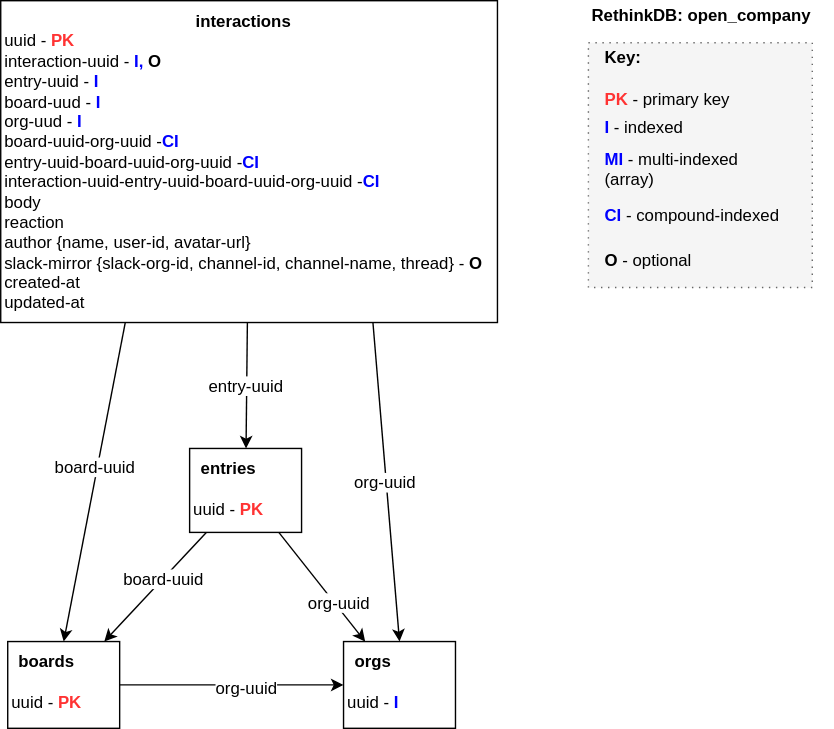
open-company/open-company-interaction keeps this draw.io diagram as docs/Interaction-Schema.svg. Above is the earlier version. Source tidied: cells renumbered, new cells last; positions are measured from the earlier drawing's top-left corner, leaving out a move shared by most shapes.
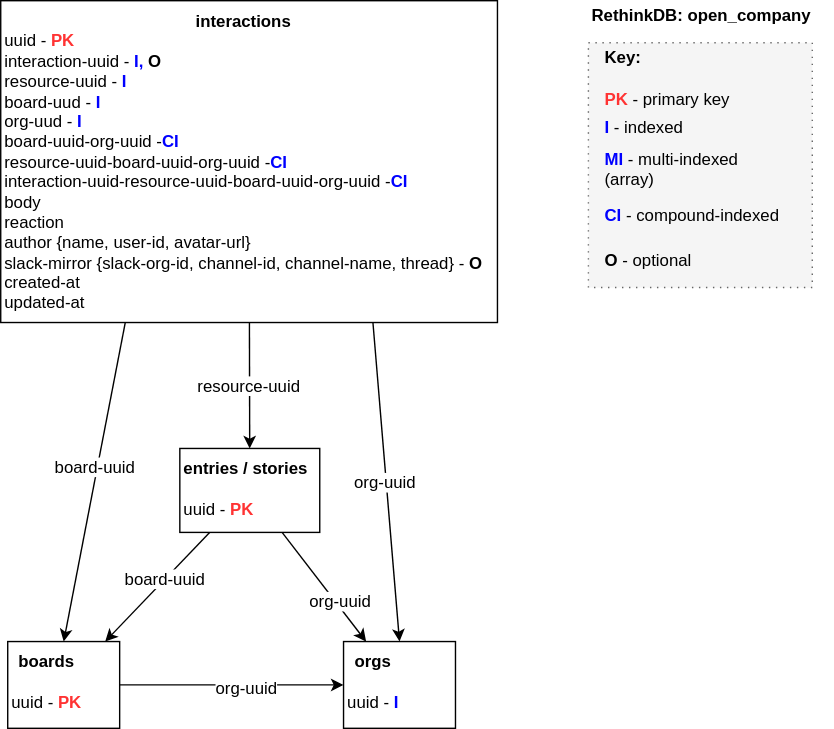
Later version of the same file.

Commit message:
WIP: initial commit on making interactions work for stories. Migration changed retroactively. Work here is likely mostly done but not yet well tested.

Change to the diagram source:
```diff
@@ -37,8 +37,8 @@
     <mxCell id="12" value="&lt;div style=&quot;text-align: left&quot;&gt;&lt;b&gt;RethinkDB: open_company&lt;/b&gt;&lt;/div&gt;" style="text;html=1;strokeColor=none;fillColor=none;align=center;verticalAlign=middle;whiteSpace=wrap;dashed=1;dashPattern=1 4;fontSize=12;fontColor=#000000;" parent="1" vertex="1">
       <mxGeometry x="405" width="190" height="20" as="geometry" />
     </mxCell>
-    <mxCell id="13" value="&lt;div style=&quot;text-align: center&quot;&gt;&lt;font color=&quot;#000000&quot;&gt;&lt;b&gt;entries&lt;/b&gt;&lt;/font&gt;&lt;/div&gt;&lt;div&gt;&lt;br&gt;&lt;/div&gt;&lt;div&gt;&lt;font color=&quot;#000000&quot;&gt;uuid -&amp;nbsp;&lt;/font&gt;&lt;font color=&quot;#ff3333&quot;&gt;&lt;b&gt;PK&lt;/b&gt;&lt;/font&gt;&lt;/div&gt;&lt;div&gt;&lt;br&gt;&lt;/div&gt;" style="whiteSpace=wrap;html=1;fontSize=12;fontColor=#000000;align=left;verticalAlign=top;" parent="1" vertex="1">
-      <mxGeometry x="135" y="320" width="80" height="60" as="geometry" />
+    <mxCell id="13" value="&lt;div style=&quot;text-align: center&quot;&gt;&lt;font color=&quot;#000000&quot;&gt;&lt;b&gt;entries / stories&lt;/b&gt;&lt;/font&gt;&lt;/div&gt;&lt;div&gt;&lt;br&gt;&lt;/div&gt;&lt;div&gt;&lt;font color=&quot;#000000&quot;&gt;uuid -&amp;nbsp;&lt;/font&gt;&lt;font color=&quot;#ff3333&quot;&gt;&lt;b&gt;PK&lt;/b&gt;&lt;/font&gt;&lt;/div&gt;&lt;div&gt;&lt;br&gt;&lt;/div&gt;" style="whiteSpace=wrap;html=1;fontSize=12;fontColor=#000000;align=left;verticalAlign=top;" parent="1" vertex="1">
+      <mxGeometry x="128" y="320" width="100" height="60" as="geometry" />
     </mxCell>
     <mxCell id="14" style="edgeStyle=orthogonalEdgeStyle;rounded=0;html=1;exitX=1;exitY=0.5;entryX=1;entryY=0.5;endArrow=none;endFill=0;jettySize=auto;orthogonalLoop=1;strokeColor=#000000;fontSize=12;fontColor=#000000;" parent="1" edge="1" source="3" target="3">
       <mxGeometry relative="1" as="geometry" />
@@ -60,7 +60,7 @@
     <mxCell id="19" value="&lt;b&gt;&lt;font color=&quot;#0000ff&quot;&gt;CI&lt;/font&gt;&lt;/b&gt;&amp;nbsp;- compound-indexed" style="text;html=1;fontSize=12;fontColor=#000000;" parent="1" vertex="1">
       <mxGeometry x="430" y="140" width="160" height="30" as="geometry" />
     </mxCell>
-    <mxCell id="20" value="&lt;div style=&quot;text-align: center&quot;&gt;&lt;b&gt;interactions&lt;/b&gt;&lt;/div&gt;&lt;div&gt;&lt;font color=&quot;#000000&quot;&gt;uuid -&amp;nbsp;&lt;/font&gt;&lt;font color=&quot;#ff3333&quot;&gt;&lt;b&gt;PK&lt;/b&gt;&lt;/font&gt;&lt;/div&gt;&lt;div&gt;&lt;div&gt;interaction-uuid -&amp;nbsp;&lt;b&gt;&lt;font color=&quot;#0000ff&quot;&gt;I,&amp;nbsp;&lt;/font&gt;&lt;/b&gt;&lt;b&gt;O&lt;/b&gt;&lt;/div&gt;&lt;/div&gt;&lt;div&gt;&lt;span&gt;entry-uuid -&amp;nbsp;&lt;/span&gt;&lt;b&gt;&lt;font color=&quot;#0000ff&quot;&gt;I&lt;/font&gt;&lt;/b&gt;&lt;/div&gt;&lt;div&gt;&lt;font color=&quot;#000000&quot;&gt;board-uud -&amp;nbsp;&lt;/font&gt;&lt;font color=&quot;#0000ff&quot;&gt;&lt;b&gt;I&lt;/b&gt;&lt;/font&gt;&lt;br&gt;&lt;/div&gt;&lt;div&gt;&lt;font color=&quot;#000000&quot;&gt;org-uud -&amp;nbsp;&lt;/font&gt;&lt;font color=&quot;#0000ff&quot;&gt;&lt;b&gt;I&lt;/b&gt;&lt;/font&gt;&lt;br&gt;&lt;/div&gt;&lt;div&gt;&lt;span&gt;board-uuid-org-uuid&amp;nbsp;&lt;/span&gt;&lt;font color=&quot;#000000&quot;&gt;-&lt;/font&gt;&lt;font color=&quot;#0000ff&quot;&gt;&lt;b&gt;CI&lt;/b&gt;&lt;/font&gt;&lt;br&gt;&lt;/div&gt;&lt;div&gt;&lt;span&gt;entry-uuid-board-uuid-org-uuid&amp;nbsp;&lt;/span&gt;&lt;font color=&quot;#000000&quot;&gt;-&lt;/font&gt;&lt;font color=&quot;#0000ff&quot;&gt;&lt;b&gt;CI&lt;/b&gt;&lt;/font&gt;&lt;br&gt;&lt;/div&gt;&lt;div&gt;&lt;span&gt;interaction-uuid-entry-uuid-board-uuid-org-uuid&amp;nbsp;&lt;/span&gt;&lt;font color=&quot;#000000&quot;&gt;-&lt;/font&gt;&lt;font color=&quot;#0000ff&quot;&gt;&lt;b&gt;CI&lt;/b&gt;&lt;/font&gt;&lt;br&gt;&lt;/div&gt;&lt;div&gt;&lt;span&gt;body&lt;/span&gt;&lt;br&gt;&lt;/div&gt;&lt;div&gt;&lt;span&gt;reaction&lt;/span&gt;&lt;/div&gt;&lt;div&gt;&lt;span&gt;author {name, user-id, avatar-url}&lt;/span&gt;&lt;br&gt;&lt;/div&gt;&lt;div&gt;slack-mirror {slack-org-id, channel-id, channel-name, thread} - &lt;b&gt;O&lt;/b&gt;&lt;br&gt;&lt;/div&gt;&lt;div&gt;&lt;span&gt;created-at&lt;/span&gt;&lt;br&gt;&lt;/div&gt;&lt;div&gt;&lt;font color=&quot;#000000&quot;&gt;updated-at&lt;/font&gt;&lt;/div&gt;" style="whiteSpace=wrap;html=1;fontSize=12;fontColor=#000000;align=left;verticalAlign=top;" parent="1" vertex="1">
+    <mxCell id="20" value="&lt;div style=&quot;text-align: center&quot;&gt;&lt;b&gt;interactions&lt;/b&gt;&lt;/div&gt;&lt;div&gt;&lt;font color=&quot;#000000&quot;&gt;uuid -&amp;nbsp;&lt;/font&gt;&lt;font color=&quot;#ff3333&quot;&gt;&lt;b&gt;PK&lt;/b&gt;&lt;/font&gt;&lt;/div&gt;&lt;div&gt;&lt;div&gt;interaction-uuid -&amp;nbsp;&lt;b&gt;&lt;font color=&quot;#0000ff&quot;&gt;I,&amp;nbsp;&lt;/font&gt;&lt;/b&gt;&lt;b&gt;O&lt;/b&gt;&lt;/div&gt;&lt;/div&gt;&lt;div&gt;&lt;span&gt;resource-uuid -&amp;nbsp;&lt;/span&gt;&lt;b&gt;&lt;font color=&quot;#0000ff&quot;&gt;I&lt;/font&gt;&lt;/b&gt;&lt;/div&gt;&lt;div&gt;&lt;font color=&quot;#000000&quot;&gt;board-uud -&amp;nbsp;&lt;/font&gt;&lt;font color=&quot;#0000ff&quot;&gt;&lt;b&gt;I&lt;/b&gt;&lt;/font&gt;&lt;br&gt;&lt;/div&gt;&lt;div&gt;&lt;font color=&quot;#000000&quot;&gt;org-uud -&amp;nbsp;&lt;/font&gt;&lt;font color=&quot;#0000ff&quot;&gt;&lt;b&gt;I&lt;/b&gt;&lt;/font&gt;&lt;br&gt;&lt;/div&gt;&lt;div&gt;&lt;span&gt;board-uuid-org-uuid&amp;nbsp;&lt;/span&gt;&lt;font color=&quot;#000000&quot;&gt;-&lt;/font&gt;&lt;font color=&quot;#0000ff&quot;&gt;&lt;b&gt;CI&lt;/b&gt;&lt;/font&gt;&lt;br&gt;&lt;/div&gt;&lt;div&gt;&lt;span&gt;resource-uuid-board-uuid-org-uuid&amp;nbsp;&lt;/span&gt;&lt;font color=&quot;#000000&quot;&gt;-&lt;/font&gt;&lt;font color=&quot;#0000ff&quot;&gt;&lt;b&gt;CI&lt;/b&gt;&lt;/font&gt;&lt;br&gt;&lt;/div&gt;&lt;div&gt;&lt;span&gt;interaction-uuid-resource-uuid-board-uuid-org-uuid&amp;nbsp;&lt;/span&gt;&lt;font color=&quot;#000000&quot;&gt;-&lt;/font&gt;&lt;font color=&quot;#0000ff&quot;&gt;&lt;b&gt;CI&lt;/b&gt;&lt;/font&gt;&lt;br&gt;&lt;/div&gt;&lt;div&gt;&lt;span&gt;body&lt;/span&gt;&lt;br&gt;&lt;/div&gt;&lt;div&gt;&lt;span&gt;reaction&lt;/span&gt;&lt;/div&gt;&lt;div&gt;&lt;span&gt;author {name, user-id, avatar-url}&lt;/span&gt;&lt;br&gt;&lt;/div&gt;&lt;div&gt;slack-mirror {slack-org-id, channel-id, channel-name, thread} - &lt;b&gt;O&lt;/b&gt;&lt;br&gt;&lt;/div&gt;&lt;div&gt;&lt;span&gt;created-at&lt;/span&gt;&lt;br&gt;&lt;/div&gt;&lt;div&gt;&lt;font color=&quot;#000000&quot;&gt;updated-at&lt;/font&gt;&lt;/div&gt;" style="whiteSpace=wrap;html=1;fontSize=12;fontColor=#000000;align=left;verticalAlign=top;" parent="1" vertex="1">
       <mxGeometry width="355" height="230" as="geometry" />
     </mxCell>
     <mxCell id="21" style="endArrow=classic;html=1;strokeColor=#000000;fontSize=12;fontColor=#000000;entryX=0.5;entryY=0;exitX=0.25;exitY=1;" parent="1" edge="1" source="20" target="4">
@@ -69,7 +69,7 @@
     <mxCell id="22" value="board-uuid" style="text;html=1;align=center;verticalAlign=middle;labelBackgroundColor=#ffffff;fontSize=12;fontColor=#000000;" parent="21" vertex="1">
       <mxGeometry x="-0.1" y="-2" relative="1" as="geometry" />
     </mxCell>
-    <mxCell id="23" value="entry-uuid" style="endArrow=classic;html=1;strokeColor=#000000;fontSize=12;fontColor=#000000;" parent="1" edge="1" source="20" target="13">
+    <mxCell id="23" value="resource-uuid" style="endArrow=classic;html=1;strokeColor=#000000;fontSize=12;fontColor=#000000;" parent="1" edge="1" source="20" target="13">
       <mxGeometry relative="1" as="geometry" />
     </mxCell>
     <mxCell id="24" value="org-uuid" style="endArrow=classic;html=1;strokeColor=#000000;fontSize=12;fontColor=#000000;exitX=0.75;exitY=1;entryX=0.5;entryY=0;" parent="1" edge="1" source="20" target="3">
```
